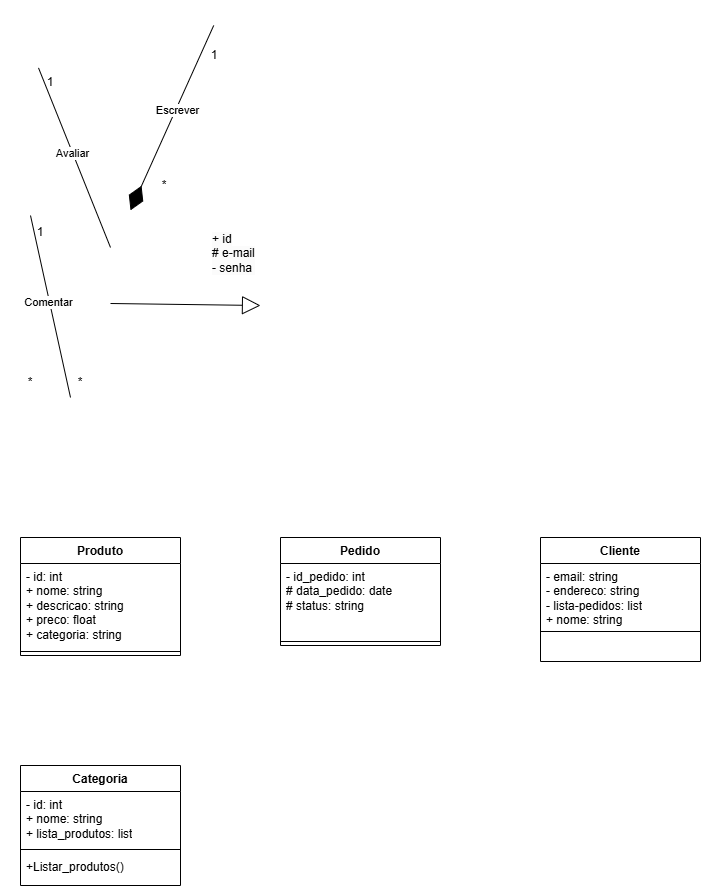
Earlier version of the draw.io export APOO/provas/prova01/diagrama_classe.png (joao-marcos-azvd/Estudos-de-programacao). Source tidied: cells renumbered, new cells last; positions are measured from the earlier drawing's top-left corner, leaving out a move shared by most shapes. The source it was exported from:
```xml
<mxGraphModel background="#ffffff">
  <root>
    <mxCell id="0" />
    <mxCell id="1" parent="0" />
    <mxCell id="2" value="Produto" style="swimlane;fontStyle=1;align=center;verticalAlign=top;horizontal=1;startSize=26;whiteSpace=wrap;html=1;" parent="1" vertex="1">
      <mxGeometry x="20" y="512" width="160" height="118" as="geometry" />
    </mxCell>
    <mxCell id="3" value="- id: int&lt;div&gt;+ nome: string&lt;/div&gt;&lt;div&gt;+ descricao: string&lt;/div&gt;&lt;div&gt;+ preco: float&lt;/div&gt;&lt;div&gt;+ categoria: string&lt;/div&gt;&lt;div&gt;&lt;br&gt;&lt;/div&gt;" style="text;strokeColor=none;fillColor=none;align=left;verticalAlign=top;spacingLeft=4;spacingRight=4;overflow=hidden;points=[[0,0.5],[1,0.5]];portConstraint=eastwest;whiteSpace=wrap;html=1;" parent="2" vertex="1">
      <mxGeometry y="26" width="160" height="84" as="geometry" />
    </mxCell>
    <mxCell id="4" style="line;strokeWidth=1;fillColor=none;align=left;verticalAlign=middle;spacingTop=-1;spacingLeft=3;spacingRight=3;labelPosition=right;strokeColor=inherit;" parent="2" vertex="1">
      <mxGeometry y="110" width="160" height="8" as="geometry" />
    </mxCell>
    <mxCell id="5" value="Cliente" style="swimlane;fontStyle=1;align=center;verticalAlign=top;horizontal=1;startSize=26;whiteSpace=wrap;html=1;" parent="1" vertex="1">
      <mxGeometry x="540" y="512" width="160" height="124" as="geometry" />
    </mxCell>
    <mxCell id="6" value="&lt;div&gt;- email: string&lt;/div&gt;&lt;div&gt;- endereco: string&lt;/div&gt;&lt;div&gt;- lista-pedidos: list&lt;/div&gt;+ nome: string&lt;div&gt;&lt;br&gt;&lt;/div&gt;" style="text;strokeColor=none;fillColor=none;align=left;verticalAlign=top;spacingLeft=4;spacingRight=4;overflow=hidden;points=[[0,0.5],[1,0.5]];portConstraint=eastwest;whiteSpace=wrap;html=1;" parent="5" vertex="1">
      <mxGeometry y="26" width="160" height="64" as="geometry" />
    </mxCell>
    <mxCell id="7" style="line;strokeWidth=1;fillColor=none;align=left;verticalAlign=middle;spacingTop=-1;spacingLeft=3;spacingRight=3;labelPosition=right;strokeColor=inherit;" parent="5" vertex="1">
      <mxGeometry y="90" width="160" height="8" as="geometry" />
    </mxCell>
    <mxCell id="8" value="&amp;nbsp;" style="text;strokeColor=none;fillColor=none;align=left;verticalAlign=top;spacingLeft=4;spacingRight=4;overflow=hidden;whiteSpace=wrap;html=1;" parent="5" vertex="1">
      <mxGeometry y="98" width="160" height="26" as="geometry" />
    </mxCell>
    <mxCell id="9" value="Categoria" style="swimlane;fontStyle=1;align=center;verticalAlign=top;horizontal=1;startSize=26;whiteSpace=wrap;html=1;" parent="1" vertex="1">
      <mxGeometry x="20" y="740" width="160" height="120" as="geometry" />
    </mxCell>
    <mxCell id="10" value="- id: int&lt;div&gt;+ nome: string&lt;/div&gt;&lt;div&gt;+ lista_produtos: list&lt;/div&gt;" style="text;strokeColor=none;fillColor=none;align=left;verticalAlign=top;spacingLeft=4;spacingRight=4;overflow=hidden;whiteSpace=wrap;html=1;" parent="9" vertex="1">
      <mxGeometry y="26" width="160" height="54" as="geometry" />
    </mxCell>
    <mxCell id="11" style="line;strokeWidth=1;fillColor=none;align=left;verticalAlign=middle;spacingTop=-1;spacingLeft=3;spacingRight=3;labelPosition=right;strokeColor=inherit;" parent="9" vertex="1">
      <mxGeometry y="80" width="160" height="8" as="geometry" />
    </mxCell>
    <mxCell id="12" value="+Listar_produtos()" style="text;strokeColor=none;fillColor=none;align=left;verticalAlign=top;spacingLeft=4;spacingRight=4;overflow=hidden;whiteSpace=wrap;html=1;" parent="9" vertex="1">
      <mxGeometry y="88" width="160" height="32" as="geometry" />
    </mxCell>
    <mxCell id="13" style="endArrow=block;endSize=16;endFill=0;html=1;rounded=0;" parent="1" edge="1">
      <mxGeometry relative="1" as="geometry">
        <mxPoint x="110" y="278" as="sourcePoint" />
        <mxPoint x="260" y="280" as="targetPoint" />
      </mxGeometry>
    </mxCell>
    <mxCell id="14" value="Pedido" style="swimlane;fontStyle=1;align=center;verticalAlign=top;horizontal=1;startSize=26;whiteSpace=wrap;html=1;" parent="1" vertex="1">
      <mxGeometry x="280" y="512" width="160" height="108" as="geometry" />
    </mxCell>
    <mxCell id="15" value="- id_pedido: int&lt;div&gt;# data_pedido: date&lt;/div&gt;&lt;div&gt;# status: string&lt;/div&gt;" style="text;strokeColor=none;fillColor=none;align=left;verticalAlign=top;spacingLeft=4;spacingRight=4;overflow=hidden;points=[[0,0.5],[1,0.5]];portConstraint=eastwest;whiteSpace=wrap;html=1;" parent="14" vertex="1">
      <mxGeometry y="26" width="160" height="74" as="geometry" />
    </mxCell>
    <mxCell id="16" style="line;strokeWidth=1;fillColor=none;align=left;verticalAlign=middle;spacingTop=-1;spacingLeft=3;spacingRight=3;labelPosition=right;strokeColor=inherit;" parent="14" vertex="1">
      <mxGeometry y="100" width="160" height="8" as="geometry" />
    </mxCell>
    <mxCell id="17" style="endArrow=diamondThin;endFill=1;endSize=24;html=1;rounded=0;exitX=0.495;exitY=0.968;exitDx=0;exitDy=0;entryX=0.75;entryY=0;entryDx=0;entryDy=0;exitPerimeter=0;" parent="1" edge="1">
      <mxGeometry relative="1" as="geometry">
        <mxPoint x="213.2" as="sourcePoint" />
        <mxPoint x="130" y="184.8" as="targetPoint" />
      </mxGeometry>
    </mxCell>
    <mxCell id="18" value="Escrever" style="edgeLabel;html=1;align=center;verticalAlign=middle;" parent="17" vertex="1">
      <mxGeometry x="-0.09" y="1" relative="1" as="geometry" />
    </mxCell>
    <mxCell id="19" style="endArrow=none;html=1;rounded=0;entryX=0.75;entryY=1.077;entryDx=0;entryDy=0;entryPerimeter=0;exitX=0.25;exitY=0;exitDx=0;exitDy=0;" parent="1" edge="1">
      <mxGeometry relative="1" as="geometry">
        <mxPoint x="70" y="372" as="sourcePoint" />
        <mxPoint x="30" y="190" as="targetPoint" />
      </mxGeometry>
    </mxCell>
    <mxCell id="20" value="Comentar" style="edgeLabel;html=1;align=center;verticalAlign=middle;" parent="19" vertex="1">
      <mxGeometry x="0.05" y="1" relative="1" as="geometry" />
    </mxCell>
    <mxCell id="21" style="endArrow=none;html=1;rounded=0;entryX=0.3;entryY=1.169;entryDx=0;entryDy=0;entryPerimeter=0;exitX=0;exitY=0;exitDx=0;exitDy=0;" parent="1" edge="1">
      <mxGeometry relative="1" as="geometry">
        <mxPoint x="110" y="222" as="sourcePoint" />
        <mxPoint x="38" y="42.4" as="targetPoint" />
      </mxGeometry>
    </mxCell>
    <mxCell id="22" value="Avaliar" style="edgeLabel;html=1;align=center;verticalAlign=middle;" parent="21" vertex="1">
      <mxGeometry x="0.05" y="1" relative="1" as="geometry" />
    </mxCell>
    <mxCell id="23" value="1" style="text;strokeColor=none;align=center;fillColor=none;html=1;verticalAlign=middle;whiteSpace=wrap;rounded=0;" parent="1" vertex="1">
      <mxGeometry x="184" y="14.8" width="60" height="30" as="geometry" />
    </mxCell>
    <mxCell id="24" value="*" style="text;strokeColor=none;align=center;fillColor=none;html=1;verticalAlign=middle;whiteSpace=wrap;rounded=0;" parent="1" vertex="1">
      <mxGeometry x="134" y="144.8" width="60" height="30" as="geometry" />
    </mxCell>
    <mxCell id="25" value="1" style="text;strokeColor=none;align=center;fillColor=none;html=1;verticalAlign=middle;whiteSpace=wrap;rounded=0;" parent="1" vertex="1">
      <mxGeometry x="10" y="192" width="60" height="30" as="geometry" />
    </mxCell>
    <mxCell id="26" value="*" style="text;strokeColor=none;align=center;fillColor=none;html=1;verticalAlign=middle;whiteSpace=wrap;rounded=0;" parent="1" vertex="1">
      <mxGeometry x="50" y="342" width="60" height="30" as="geometry" />
    </mxCell>
    <mxCell id="27" value="1" style="text;strokeColor=none;align=center;fillColor=none;html=1;verticalAlign=middle;whiteSpace=wrap;rounded=0;" parent="1" vertex="1">
      <mxGeometry x="20" y="42" width="60" height="30" as="geometry" />
    </mxCell>
    <mxCell id="28" value="*" style="text;strokeColor=none;align=center;fillColor=none;html=1;verticalAlign=middle;whiteSpace=wrap;rounded=0;" parent="1" vertex="1">
      <mxGeometry y="342" width="60" height="30" as="geometry" />
    </mxCell>
    <mxCell id="29" value="&lt;span style=&quot;color: rgb(0, 0, 0); font-family: Helvetica; font-size: 12px; font-style: normal; font-variant-ligatures: normal; font-variant-caps: normal; font-weight: 400; letter-spacing: normal; orphans: 2; text-align: left; text-indent: 0px; text-transform: none; widows: 2; word-spacing: 0px; -webkit-text-stroke-width: 0px; white-space: normal; background-color: rgb(251, 251, 251); text-decoration-thickness: initial; text-decoration-style: initial; text-decoration-color: initial; display: inline !important; float: none;&quot;&gt;+ id&lt;/span&gt;&lt;div style=&quot;forced-color-adjust: none; color: rgb(0, 0, 0); font-family: Helvetica; font-size: 12px; font-style: normal; font-variant-ligatures: normal; font-variant-caps: normal; font-weight: 400; letter-spacing: normal; orphans: 2; text-align: left; text-indent: 0px; text-transform: none; widows: 2; word-spacing: 0px; -webkit-text-stroke-width: 0px; white-space: normal; background-color: rgb(251, 251, 251); text-decoration-thickness: initial; text-decoration-style: initial; text-decoration-color: initial;&quot;&gt;&lt;span style=&quot;forced-color-adjust: none; background-color: initial;&quot;&gt;# e-mail&lt;/span&gt;&lt;div style=&quot;forced-color-adjust: none;&quot;&gt;- senha&lt;/div&gt;&lt;/div&gt;" style="text;whiteSpace=wrap;html=1;" parent="1" vertex="1">
      <mxGeometry x="210" y="200" width="80" height="70" as="geometry" />
    </mxCell>
  </root>
</mxGraphModel>
```
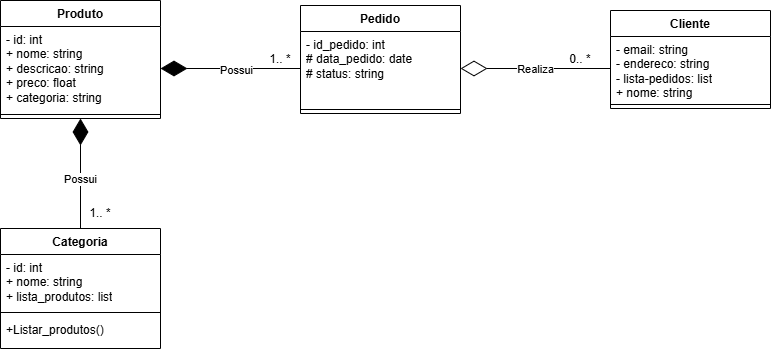
The same file after the commit.

What changed in the source:
```diff
@@ -3,7 +3,7 @@
     <mxCell id="0" />
     <mxCell id="1" parent="0" />
     <mxCell id="2" value="Produto" style="swimlane;fontStyle=1;align=center;verticalAlign=top;horizontal=1;startSize=26;whiteSpace=wrap;html=1;" parent="1" vertex="1">
-      <mxGeometry x="20" y="512" width="160" height="118" as="geometry" />
+      <mxGeometry x="-1" y="-30" width="160" height="118" as="geometry" />
     </mxCell>
     <mxCell id="3" value="- id: int&lt;div&gt;+ nome: string&lt;/div&gt;&lt;div&gt;+ descricao: string&lt;/div&gt;&lt;div&gt;+ preco: float&lt;/div&gt;&lt;div&gt;+ categoria: string&lt;/div&gt;&lt;div&gt;&lt;br&gt;&lt;/div&gt;" style="text;strokeColor=none;fillColor=none;align=left;verticalAlign=top;spacingLeft=4;spacingRight=4;overflow=hidden;points=[[0,0.5],[1,0.5]];portConstraint=eastwest;whiteSpace=wrap;html=1;" parent="2" vertex="1">
       <mxGeometry y="26" width="160" height="84" as="geometry" />
@@ -12,7 +12,7 @@
       <mxGeometry y="110" width="160" height="8" as="geometry" />
     </mxCell>
     <mxCell id="5" value="Cliente" style="swimlane;fontStyle=1;align=center;verticalAlign=top;horizontal=1;startSize=26;whiteSpace=wrap;html=1;" parent="1" vertex="1">
-      <mxGeometry x="540" y="512" width="160" height="124" as="geometry" />
+      <mxGeometry x="609" y="-20" width="160" height="98" as="geometry" />
     </mxCell>
     <mxCell id="6" value="&lt;div&gt;- email: string&lt;/div&gt;&lt;div&gt;- endereco: string&lt;/div&gt;&lt;div&gt;- lista-pedidos: list&lt;/div&gt;+ nome: string&lt;div&gt;&lt;br&gt;&lt;/div&gt;" style="text;strokeColor=none;fillColor=none;align=left;verticalAlign=top;spacingLeft=4;spacingRight=4;overflow=hidden;points=[[0,0.5],[1,0.5]];portConstraint=eastwest;whiteSpace=wrap;html=1;" parent="5" vertex="1">
       <mxGeometry y="26" width="160" height="64" as="geometry" />
@@ -20,11 +20,8 @@
     <mxCell id="7" style="line;strokeWidth=1;fillColor=none;align=left;verticalAlign=middle;spacingTop=-1;spacingLeft=3;spacingRight=3;labelPosition=right;strokeColor=inherit;" parent="5" vertex="1">
       <mxGeometry y="90" width="160" height="8" as="geometry" />
     </mxCell>
-    <mxCell id="8" value="&amp;nbsp;" style="text;strokeColor=none;fillColor=none;align=left;verticalAlign=top;spacingLeft=4;spacingRight=4;overflow=hidden;whiteSpace=wrap;html=1;" parent="5" vertex="1">
-      <mxGeometry y="98" width="160" height="26" as="geometry" />
-    </mxCell>
     <mxCell id="9" value="Categoria" style="swimlane;fontStyle=1;align=center;verticalAlign=top;horizontal=1;startSize=26;whiteSpace=wrap;html=1;" parent="1" vertex="1">
-      <mxGeometry x="20" y="740" width="160" height="120" as="geometry" />
+      <mxGeometry x="-1" y="198" width="160" height="120" as="geometry" />
     </mxCell>
     <mxCell id="10" value="- id: int&lt;div&gt;+ nome: string&lt;/div&gt;&lt;div&gt;+ lista_produtos: list&lt;/div&gt;" style="text;strokeColor=none;fillColor=none;align=left;verticalAlign=top;spacingLeft=4;spacingRight=4;overflow=hidden;whiteSpace=wrap;html=1;" parent="9" vertex="1">
       <mxGeometry y="26" width="160" height="54" as="geometry" />
@@ -35,14 +32,8 @@
     <mxCell id="12" value="+Listar_produtos()" style="text;strokeColor=none;fillColor=none;align=left;verticalAlign=top;spacingLeft=4;spacingRight=4;overflow=hidden;whiteSpace=wrap;html=1;" parent="9" vertex="1">
       <mxGeometry y="88" width="160" height="32" as="geometry" />
     </mxCell>
-    <mxCell id="13" style="endArrow=block;endSize=16;endFill=0;html=1;rounded=0;" parent="1" edge="1">
-      <mxGeometry relative="1" as="geometry">
-        <mxPoint x="110" y="278" as="sourcePoint" />
-        <mxPoint x="260" y="280" as="targetPoint" />
-      </mxGeometry>
-    </mxCell>
     <mxCell id="14" value="Pedido" style="swimlane;fontStyle=1;align=center;verticalAlign=top;horizontal=1;startSize=26;whiteSpace=wrap;html=1;" parent="1" vertex="1">
-      <mxGeometry x="280" y="512" width="160" height="108" as="geometry" />
+      <mxGeometry x="299" y="-25" width="160" height="108" as="geometry" />
     </mxCell>
     <mxCell id="15" value="- id_pedido: int&lt;div&gt;# data_pedido: date&lt;/div&gt;&lt;div&gt;# status: string&lt;/div&gt;" style="text;strokeColor=none;fillColor=none;align=left;verticalAlign=top;spacingLeft=4;spacingRight=4;overflow=hidden;points=[[0,0.5],[1,0.5]];portConstraint=eastwest;whiteSpace=wrap;html=1;" parent="14" vertex="1">
       <mxGeometry y="26" width="160" height="74" as="geometry" />
@@ -50,53 +41,34 @@
     <mxCell id="16" style="line;strokeWidth=1;fillColor=none;align=left;verticalAlign=middle;spacingTop=-1;spacingLeft=3;spacingRight=3;labelPosition=right;strokeColor=inherit;" parent="14" vertex="1">
       <mxGeometry y="100" width="160" height="8" as="geometry" />
     </mxCell>
-    <mxCell id="17" style="endArrow=diamondThin;endFill=1;endSize=24;html=1;rounded=0;exitX=0.495;exitY=0.968;exitDx=0;exitDy=0;entryX=0.75;entryY=0;entryDx=0;entryDy=0;exitPerimeter=0;" parent="1" edge="1">
-      <mxGeometry relative="1" as="geometry">
-        <mxPoint x="213.2" as="sourcePoint" />
-        <mxPoint x="130" y="184.8" as="targetPoint" />
-      </mxGeometry>
-    </mxCell>
-    <mxCell id="18" value="Escrever" style="edgeLabel;html=1;align=center;verticalAlign=middle;" parent="17" vertex="1">
-      <mxGeometry x="-0.09" y="1" relative="1" as="geometry" />
-    </mxCell>
-    <mxCell id="19" style="endArrow=none;html=1;rounded=0;entryX=0.75;entryY=1.077;entryDx=0;entryDy=0;entryPerimeter=0;exitX=0.25;exitY=0;exitDx=0;exitDy=0;" parent="1" edge="1">
-      <mxGeometry relative="1" as="geometry">
-        <mxPoint x="70" y="372" as="sourcePoint" />
-        <mxPoint x="30" y="190" as="targetPoint" />
-      </mxGeometry>
-    </mxCell>
-    <mxCell id="20" value="Comentar" style="edgeLabel;html=1;align=center;verticalAlign=middle;" parent="19" vertex="1">
-      <mxGeometry x="0.05" y="1" relative="1" as="geometry" />
-    </mxCell>
-    <mxCell id="21" style="endArrow=none;html=1;rounded=0;entryX=0.3;entryY=1.169;entryDx=0;entryDy=0;entryPerimeter=0;exitX=0;exitY=0;exitDx=0;exitDy=0;" parent="1" edge="1">
-      <mxGeometry relative="1" as="geometry">
-        <mxPoint x="110" y="222" as="sourcePoint" />
-        <mxPoint x="38" y="42.4" as="targetPoint" />
-      </mxGeometry>
-    </mxCell>
-    <mxCell id="22" value="Avaliar" style="edgeLabel;html=1;align=center;verticalAlign=middle;" parent="21" vertex="1">
-      <mxGeometry x="0.05" y="1" relative="1" as="geometry" />
-    </mxCell>
-    <mxCell id="23" value="1" style="text;strokeColor=none;align=center;fillColor=none;html=1;verticalAlign=middle;whiteSpace=wrap;rounded=0;" parent="1" vertex="1">
-      <mxGeometry x="184" y="14.8" width="60" height="30" as="geometry" />
-    </mxCell>
-    <mxCell id="24" value="*" style="text;strokeColor=none;align=center;fillColor=none;html=1;verticalAlign=middle;whiteSpace=wrap;rounded=0;" parent="1" vertex="1">
-      <mxGeometry x="134" y="144.8" width="60" height="30" as="geometry" />
-    </mxCell>
-    <mxCell id="25" value="1" style="text;strokeColor=none;align=center;fillColor=none;html=1;verticalAlign=middle;whiteSpace=wrap;rounded=0;" parent="1" vertex="1">
-      <mxGeometry x="10" y="192" width="60" height="30" as="geometry" />
-    </mxCell>
-    <mxCell id="26" value="*" style="text;strokeColor=none;align=center;fillColor=none;html=1;verticalAlign=middle;whiteSpace=wrap;rounded=0;" parent="1" vertex="1">
-      <mxGeometry x="50" y="342" width="60" height="30" as="geometry" />
-    </mxCell>
-    <mxCell id="27" value="1" style="text;strokeColor=none;align=center;fillColor=none;html=1;verticalAlign=middle;whiteSpace=wrap;rounded=0;" parent="1" vertex="1">
-      <mxGeometry x="20" y="42" width="60" height="30" as="geometry" />
-    </mxCell>
-    <mxCell id="28" value="*" style="text;strokeColor=none;align=center;fillColor=none;html=1;verticalAlign=middle;whiteSpace=wrap;rounded=0;" parent="1" vertex="1">
-      <mxGeometry y="342" width="60" height="30" as="geometry" />
-    </mxCell>
-    <mxCell id="29" value="&lt;span style=&quot;color: rgb(0, 0, 0); font-family: Helvetica; font-size: 12px; font-style: normal; font-variant-ligatures: normal; font-variant-caps: normal; font-weight: 400; letter-spacing: normal; orphans: 2; text-align: left; text-indent: 0px; text-transform: none; widows: 2; word-spacing: 0px; -webkit-text-stroke-width: 0px; white-space: normal; background-color: rgb(251, 251, 251); text-decoration-thickness: initial; text-decoration-style: initial; text-decoration-color: initial; display: inline !important; float: none;&quot;&gt;+ id&lt;/span&gt;&lt;div style=&quot;forced-color-adjust: none; color: rgb(0, 0, 0); font-family: Helvetica; font-size: 12px; font-style: normal; font-variant-ligatures: normal; font-variant-caps: normal; font-weight: 400; letter-spacing: normal; orphans: 2; text-align: left; text-indent: 0px; text-transform: none; widows: 2; word-spacing: 0px; -webkit-text-stroke-width: 0px; white-space: normal; background-color: rgb(251, 251, 251); text-decoration-thickness: initial; text-decoration-style: initial; text-decoration-color: initial;&quot;&gt;&lt;span style=&quot;forced-color-adjust: none; background-color: initial;&quot;&gt;# e-mail&lt;/span&gt;&lt;div style=&quot;forced-color-adjust: none;&quot;&gt;- senha&lt;/div&gt;&lt;/div&gt;" style="text;whiteSpace=wrap;html=1;" parent="1" vertex="1">
-      <mxGeometry x="210" y="200" width="80" height="70" as="geometry" />
-    </mxCell>
+    <mxCell id="30" style="endArrow=diamondThin;endFill=1;endSize=24;html=1;rounded=0;exitX=0.5;exitY=0;exitDx=0;exitDy=0;entryX=0.5;entryY=1;entryDx=0;entryDy=0;" parent="1" edge="1" source="9" target="2">
+      <mxGeometry relative="1" as="geometry" />
+    </mxCell>
+    <mxCell id="31" value="Possui" style="edgeLabel;html=1;align=center;verticalAlign=middle;" parent="30" vertex="1">
+      <mxGeometry x="-0.09" y="1" relative="1" as="geometry" />
+    </mxCell>
+    <mxCell id="32" value="1.. *" style="text;strokeColor=none;align=center;fillColor=none;html=1;verticalAlign=middle;whiteSpace=wrap;rounded=0;" parent="1" vertex="1">
+      <mxGeometry x="69" y="168" width="60" height="30" as="geometry" />
+    </mxCell>
+    <mxCell id="33" style="endArrow=diamondThin;endFill=1;endSize=24;html=1;rounded=0;exitX=0;exitY=0.5;exitDx=0;exitDy=0;entryX=1;entryY=0.5;entryDx=0;entryDy=0;" parent="1" edge="1" source="15" target="3">
+      <mxGeometry relative="1" as="geometry" />
+    </mxCell>
+    <mxCell id="34" value="Possui" style="edgeLabel;html=1;align=center;verticalAlign=middle;" parent="33" vertex="1">
+      <mxGeometry x="-0.09" y="1" relative="1" as="geometry" />
+    </mxCell>
+    <mxCell id="35" value="1.. *" style="text;strokeColor=none;align=center;fillColor=none;html=1;verticalAlign=middle;whiteSpace=wrap;rounded=0;" parent="1" vertex="1">
+      <mxGeometry x="249" y="14" width="60" height="30" as="geometry" />
+    </mxCell>
+    <mxCell id="36" style="endArrow=diamondThin;endFill=0;endSize=24;html=1;rounded=0;exitX=0;exitY=0.5;exitDx=0;exitDy=0;entryX=1;entryY=0.5;entryDx=0;entryDy=0;" parent="1" edge="1" source="6" target="15">
+      <mxGeometry relative="1" as="geometry" />
+    </mxCell>
+    <mxCell id="37" value="Realiza" style="edgeLabel;html=1;align=center;verticalAlign=middle;" parent="36" vertex="1">
+      <mxGeometry x="0.01" y="3" relative="1" as="geometry">
+        <mxPoint y="-3" as="offset" />
+      </mxGeometry>
+    </mxCell>
+    <mxCell id="38" value="0.. *" style="text;strokeColor=none;align=center;fillColor=none;html=1;verticalAlign=middle;whiteSpace=wrap;rounded=0;" parent="1" vertex="1">
+      <mxGeometry x="549" y="14" width="60" height="30" as="geometry" />
+    </mxCell>
   </root>
 </mxGraphModel>
```
